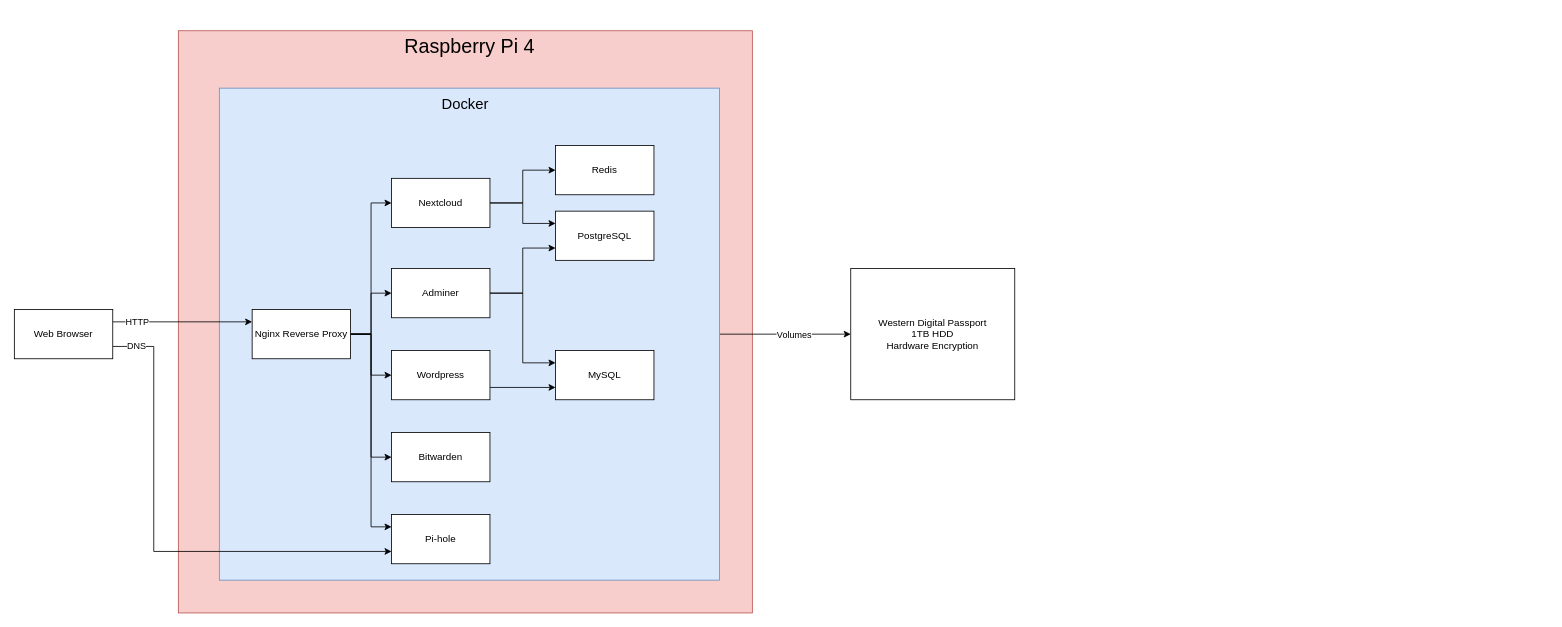
Earlier version of the draw.io diagram diagrams/raspberry-pi.drawio (yarsiemanym/raspberry-pi). Source tidied: cells renumbered, new cells numbered last; positions are measured from the earlier drawing's top-left corner, leaving out a move shared by most shapes. Both pictures are drawn from the tidied source at 82%, with x=0, y=0 at pixel (14, 30).
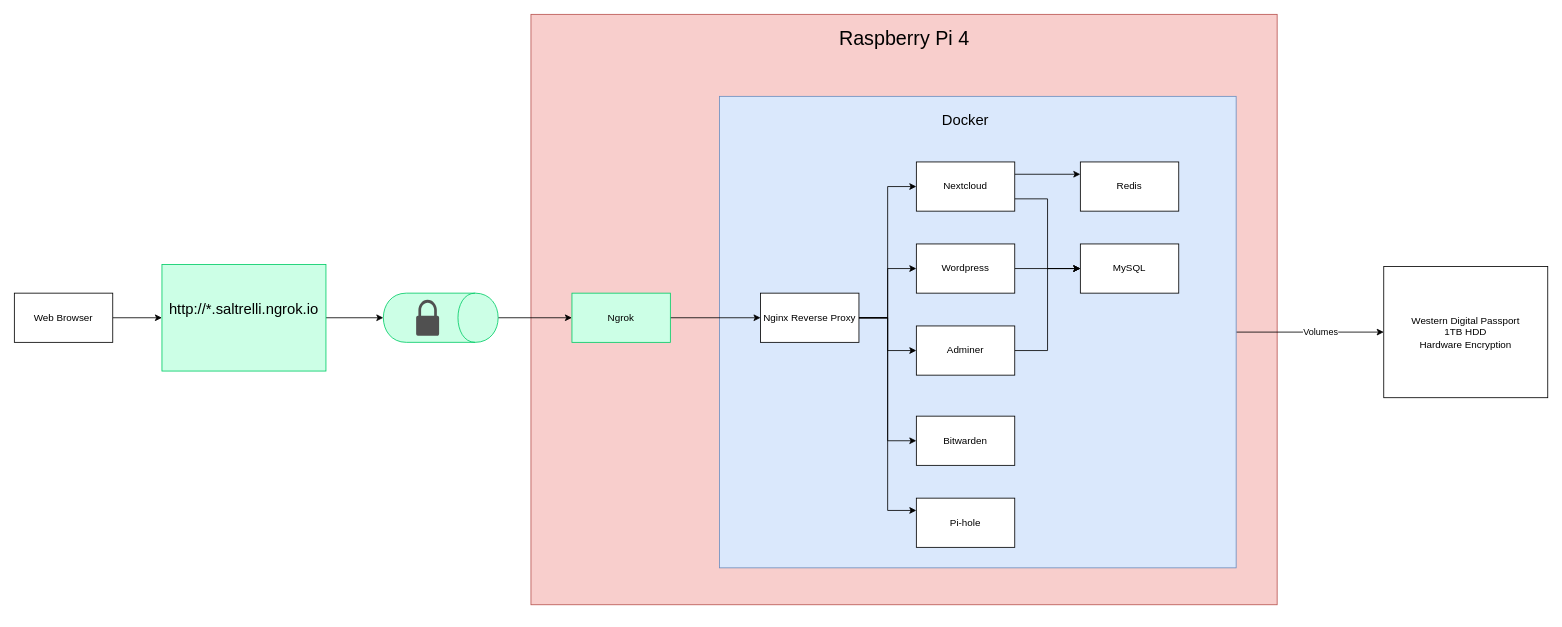
The same diagram, later.

The edit, as a diff of the source:
```diff
@@
     <mxCell id="2" style="rounded=0;whiteSpace=wrap;html=1;fillColor=#f8cecc;strokeColor=#b85450;" parent="1" vertex="1">
-      <mxGeometry x="200" width="700" height="710" as="geometry" />
+      <mxGeometry x="630" y="-20" width="910" height="720" as="geometry" />
     </mxCell>
     <mxCell id="3" value="&lt;font style=&quot;font-size: 24px&quot;&gt;Raspberry Pi 4&lt;/font&gt;" style="text;html=1;strokeColor=none;fillColor=none;align=center;verticalAlign=middle;whiteSpace=wrap;rounded=0;" parent="1" vertex="1">
-      <mxGeometry x="462.5" y="10" width="185" height="20" as="geometry" />
+      <mxGeometry x="992.5" width="185" height="20" as="geometry" />
     </mxCell>
@@
     <mxCell id="6" style="rounded=0;whiteSpace=wrap;html=1;fillColor=#dae8fc;strokeColor=#6c8ebf;" parent="1" vertex="1">
-      <mxGeometry x="250" y="70" width="610" height="600" as="geometry" />
+      <mxGeometry x="860" y="80" width="630" height="575" as="geometry" />
     </mxCell>
     <mxCell id="7" value="&lt;font style=&quot;font-size: 18px&quot;&gt;Docker&lt;/font&gt;" style="text;html=1;strokeColor=none;fillColor=none;align=center;verticalAlign=middle;whiteSpace=wrap;rounded=0;" parent="1" vertex="1">
-      <mxGeometry x="530" y="80" width="40" height="20" as="geometry" />
+      <mxGeometry x="1140" y="100" width="40" height="20" as="geometry" />
     </mxCell>
-    <mxCell id="8" value="PostgreSQL" style="rounded=0;whiteSpace=wrap;html=1;" parent="1" vertex="1">
-      <mxGeometry x="660" y="220" width="120" height="60" as="geometry" />
-    </mxCell>
     <mxCell id="9" value="Redis" style="rounded=0;whiteSpace=wrap;html=1;" parent="1" vertex="1">
-      <mxGeometry x="660" y="140" width="120" height="60" as="geometry" />
+      <mxGeometry x="1300" y="160" width="120" height="60" as="geometry" />
     </mxCell>
-    <mxCell id="10" style="edgeStyle=orthogonalEdgeStyle;rounded=0;jettySize=auto;html=1;entryX=0;entryY=0.25;entryDx=0;entryDy=0;" parent="1" edge="1" source="12" target="8">
+    <mxCell id="10" style="edgeStyle=orthogonalEdgeStyle;rounded=0;jettySize=auto;html=1;entryX=0;entryY=0.5;entryDx=0;entryDy=0;exitX=1;exitY=0.75;exitDx=0;exitDy=0;" parent="1" edge="1" source="12" target="16">
       <mxGeometry relative="1" as="geometry" />
     </mxCell>
-    <mxCell id="11" style="edgeStyle=orthogonalEdgeStyle;rounded=0;jettySize=auto;html=1;" parent="1" edge="1" source="12" target="9">
+    <mxCell id="11" style="edgeStyle=orthogonalEdgeStyle;rounded=0;jettySize=auto;html=1;exitX=1;exitY=0.25;exitDx=0;exitDy=0;entryX=0;entryY=0.25;entryDx=0;entryDy=0;" parent="1" edge="1" source="12" target="9">
       <mxGeometry relative="1" as="geometry" />
     </mxCell>
     <mxCell id="12" value="Nextcloud" style="rounded=0;whiteSpace=wrap;html=1;" parent="1" vertex="1">
-      <mxGeometry x="460" y="180" width="120" height="60" as="geometry" />
+      <mxGeometry x="1100" y="160" width="120" height="60" as="geometry" />
     </mxCell>
     <mxCell id="13" value="Bitwarden" style="rounded=0;whiteSpace=wrap;html=1;" parent="1" vertex="1">
-      <mxGeometry x="460" y="490" width="120" height="60" as="geometry" />
+      <mxGeometry x="1100" y="470" width="120" height="60" as="geometry" />
     </mxCell>
-    <mxCell id="14" style="edgeStyle=orthogonalEdgeStyle;rounded=0;jettySize=auto;html=1;entryX=0;entryY=0.75;entryDx=0;entryDy=0;exitX=1;exitY=0.75;exitDx=0;exitDy=0;" parent="1" edge="1" source="15" target="16">
+    <mxCell id="14" style="edgeStyle=orthogonalEdgeStyle;rounded=0;jettySize=auto;html=1;entryX=0;entryY=0.5;entryDx=0;entryDy=0;exitX=1;exitY=0.5;exitDx=0;exitDy=0;" parent="1" edge="1" source="15" target="16">
       <mxGeometry relative="1" as="geometry" />
     </mxCell>
     <mxCell id="15" value="Wordpress" style="rounded=0;whiteSpace=wrap;html=1;" parent="1" vertex="1">
-      <mxGeometry x="460" y="390" width="120" height="60" as="geometry" />
+      <mxGeometry x="1100" y="260" width="120" height="60" as="geometry" />
     </mxCell>
     <mxCell id="16" value="MySQL" style="rounded=0;whiteSpace=wrap;html=1;" parent="1" vertex="1">
-      <mxGeometry x="660" y="390" width="120" height="60" as="geometry" />
+      <mxGeometry x="1300" y="260" width="120" height="60" as="geometry" />
     </mxCell>
-    <mxCell id="17" style="edgeStyle=orthogonalEdgeStyle;rounded=0;jettySize=auto;html=1;entryX=0;entryY=0.75;entryDx=0;entryDy=0;" parent="1" edge="1" source="19" target="8">
-      <mxGeometry relative="1" as="geometry" />
-    </mxCell>
-    <mxCell id="18" style="edgeStyle=orthogonalEdgeStyle;rounded=0;jettySize=auto;html=1;entryX=0;entryY=0.25;entryDx=0;entryDy=0;" parent="1" edge="1" source="19" target="16">
+    <mxCell id="18" style="edgeStyle=orthogonalEdgeStyle;rounded=0;jettySize=auto;html=1;entryX=0;entryY=0.5;entryDx=0;entryDy=0;" parent="1" edge="1" source="19" target="16">
       <mxGeometry relative="1" as="geometry" />
     </mxCell>
     <mxCell id="19" value="Adminer" style="rounded=0;whiteSpace=wrap;html=1;" parent="1" vertex="1">
-      <mxGeometry x="460" y="290" width="120" height="60" as="geometry" />
+      <mxGeometry x="1100" y="360" width="120" height="60" as="geometry" />
     </mxCell>
     <mxCell id="20" value="Pi-hole" style="rounded=0;whiteSpace=wrap;html=1;" parent="1" vertex="1">
-      <mxGeometry x="460" y="590" width="120" height="60" as="geometry" />
+      <mxGeometry x="1100" y="570" width="120" height="60" as="geometry" />
     </mxCell>
     <mxCell id="21" value="Western Digital Passport&lt;br&gt;&lt;div&gt;1TB HDD&lt;/div&gt;Hardware Encryption" style="rounded=0;whiteSpace=wrap;html=1;" parent="1" vertex="1">
-      <mxGeometry x="1020" y="290" width="200" height="160" as="geometry" />
+      <mxGeometry x="1670" y="287.5" width="200" height="160" as="geometry" />
     </mxCell>
-    <mxCell id="22" style="edgeStyle=orthogonalEdgeStyle;rounded=0;jettySize=auto;html=1;entryX=0;entryY=0.75;entryDx=0;entryDy=0;exitX=1;exitY=0.75;exitDx=0;exitDy=0;" parent="1" edge="1" source="32" target="20">
-      <mxGeometry relative="1" as="geometry">
-        <Array as="points">
-          <mxPoint x="170" y="385" />
-          <mxPoint x="170" y="635" />
-        </Array>
-      </mxGeometry>
-    </mxCell>
-    <mxCell id="23" value="DNS" style="edgeLabel;html=1;align=center;verticalAlign=middle;" parent="22" vertex="1">
-      <mxGeometry x="-0.65" y="-2" relative="1" as="geometry">
-        <mxPoint x="-20" y="-55" as="offset" />
-      </mxGeometry>
-    </mxCell>
@@
     <mxCell id="29" value="Nginx Reverse Proxy" style="rounded=0;whiteSpace=wrap;html=1;" parent="1" vertex="1">
-      <mxGeometry x="290" y="340" width="120" height="60" as="geometry" />
+      <mxGeometry x="910" y="320" width="120" height="60" as="geometry" />
     </mxCell>
-    <mxCell id="30" style="edgeStyle=orthogonalEdgeStyle;rounded=0;jettySize=auto;html=1;exitX=1;exitY=0.25;exitDx=0;exitDy=0;entryX=0;entryY=0.25;entryDx=0;entryDy=0;" parent="1" edge="1" source="32" target="29">
-      <mxGeometry relative="1" as="geometry" />
-    </mxCell>
-    <mxCell id="31" value="&lt;div&gt;HTTP&lt;/div&gt;" style="edgeLabel;html=1;align=center;verticalAlign=middle;" parent="30" vertex="1">
-      <mxGeometry x="-0.73" y="4" relative="1" as="geometry">
-        <mxPoint x="6" y="3" as="offset" />
-      </mxGeometry>
-    </mxCell>
+    <mxCell id="33" style="edgeStyle=orthogonalEdgeStyle;rounded=0;jettySize=auto;html=1;" parent="1" edge="1" source="34" target="29">
+      <mxGeometry relative="1" as="geometry" />
+    </mxCell>
+    <mxCell id="34" value="Ngrok" style="rounded=0;whiteSpace=wrap;html=1;fillColor=#CCFFE6;strokeColor=#00CC66;" parent="1" vertex="1">
+      <mxGeometry x="680" y="320" width="120" height="60" as="geometry" />
+    </mxCell>
+    <mxCell id="35" style="edgeStyle=orthogonalEdgeStyle;rounded=0;jettySize=auto;html=1;entryX=0.5;entryY=1;entryDx=0;entryDy=0;" parent="1" edge="1" source="36" target="40">
+      <mxGeometry relative="1" as="geometry" />
+    </mxCell>
+    <mxCell id="36" style="rounded=0;whiteSpace=wrap;html=1;fillColor=#CCFFE6;strokeColor=#00CC66;" parent="1" vertex="1">
+      <mxGeometry x="180" y="285" width="200" height="130" as="geometry" />
+    </mxCell>
+    <mxCell id="37" value="&lt;font style=&quot;font-size: 18px&quot;&gt;http://&lt;font style=&quot;font-size: 18px&quot;&gt;*.saltrelli.ngrok.io&lt;/font&gt;&lt;/font&gt;" style="text;html=1;strokeColor=none;fillColor=none;align=center;verticalAlign=middle;whiteSpace=wrap;rounded=0;" parent="1" vertex="1">
+      <mxGeometry x="260" y="330" width="40" height="20" as="geometry" />
+    </mxCell>
+    <mxCell id="38" style="edgeStyle=orthogonalEdgeStyle;rounded=0;jettySize=auto;html=1;entryX=0;entryY=0.5;entryDx=0;entryDy=0;" parent="1" edge="1" source="32" target="36">
+      <mxGeometry relative="1" as="geometry" />
+    </mxCell>
-    <mxCell id="32" value="Web Browser" style="rounded=0;whiteSpace=wrap;html=1;" parent="1" vertex="1">
-      <mxGeometry y="340" width="120" height="60" as="geometry" />
+    <mxCell id="32" value="Web Browser" style="rounded=0;whiteSpace=wrap;html=1;strokeColor=#000000;fillColor=#FFFFFF;" parent="1" vertex="1">
+      <mxGeometry y="320" width="120" height="60" as="geometry" />
     </mxCell>
+    <mxCell id="39" style="edgeStyle=orthogonalEdgeStyle;rounded=0;jettySize=auto;html=1;" parent="1" edge="1" source="40" target="34">
+      <mxGeometry relative="1" as="geometry" />
+    </mxCell>
+    <mxCell id="40" style="shape=cylinder;whiteSpace=wrap;html=1;boundedLbl=1;backgroundOutline=1;strokeColor=#00CC66;fillColor=#CCFFE6;rotation=90;" parent="1" vertex="1">
+      <mxGeometry x="490" y="280" width="60" height="140" as="geometry" />
+    </mxCell>
+    <mxCell id="41" style="shadow=0;dashed=0;html=1;strokeColor=none;fillColor=#505050;labelPosition=center;verticalLabelPosition=bottom;verticalAlign=top;align=center;shape=mxgraph.office.security.lock_protected;" parent="1" vertex="1">
+      <mxGeometry x="490" y="328" width="28" height="44" as="geometry" />
+    </mxCell>
```
